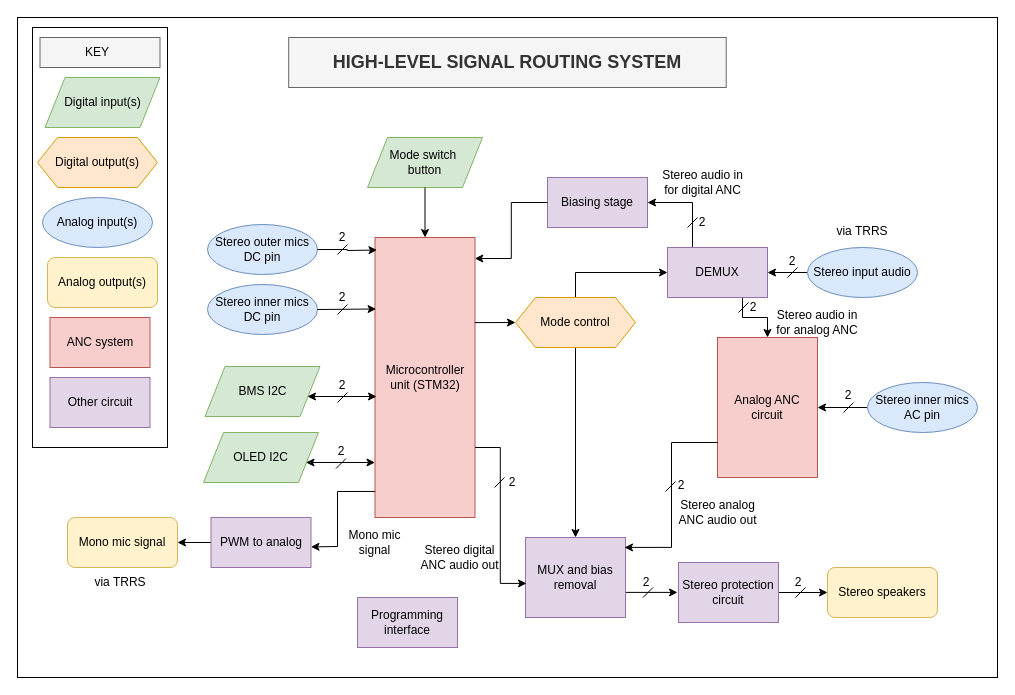
Before: page "High_Level_Signal_Route" (1 of 3) of diagrams/Anura_Electrical_System.drawio in Rosnel14/Anura-Headphones, a draw.io diagram. Source tidied: cells renumbered, new cells numbered last; positions are measured from the earlier drawing's top-left corner, leaving out a move shared by most shapes. Both pictures are drawn from the tidied source at 100%, with x=0, y=0 at pixel (17, 17).
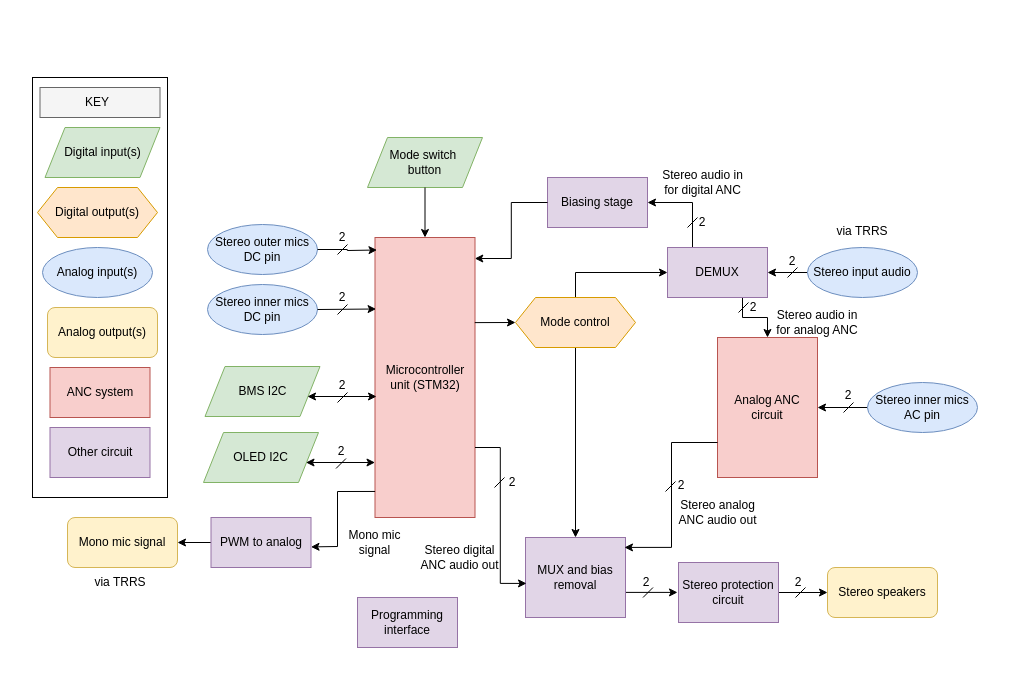
After the change.

Diff of the diagram source:
```diff
@@
-    <mxCell id="2" style="rounded=0;whiteSpace=wrap;html=1;" parent="1" vertex="1">
-      <mxGeometry width="980" height="660" as="geometry" />
-    </mxCell>
     <mxCell id="3" style="rounded=0;whiteSpace=wrap;html=1;" parent="1" vertex="1">
-      <mxGeometry x="15" y="10" width="135" height="420" as="geometry" />
+      <mxGeometry x="15" y="60" width="135" height="420" as="geometry" />
     </mxCell>
     <mxCell id="4" style="rounded=0;whiteSpace=wrap;html=1;fillColor=#f5f5f5;strokeColor=#666666;fontColor=#333333;" parent="1" vertex="1">
-      <mxGeometry x="22.5" y="20" width="120" height="30" as="geometry" />
+      <mxGeometry x="22.5" y="70" width="120" height="30" as="geometry" />
     </mxCell>
     <mxCell id="5" value="Analog input(s)" style="ellipse;whiteSpace=wrap;html=1;fillColor=#dae8fc;strokeColor=#6c8ebf;" parent="1" vertex="1">
-      <mxGeometry x="25" y="180" width="110" height="50" as="geometry" />
+      <mxGeometry x="25" y="230" width="110" height="50" as="geometry" />
     </mxCell>
     <mxCell id="6" value="Digital input(s)" style="shape=parallelogram;perimeter=parallelogramPerimeter;whiteSpace=wrap;html=1;fixedSize=1;fillColor=#d5e8d4;strokeColor=#82b366;" parent="1" vertex="1">
-      <mxGeometry x="27.5" y="60" width="115" height="50" as="geometry" />
+      <mxGeometry x="27.5" y="110" width="115" height="50" as="geometry" />
     </mxCell>
     <mxCell id="7" value="Other circuit" style="rounded=0;whiteSpace=wrap;html=1;fillColor=#e1d5e7;strokeColor=#9673a6;" parent="1" vertex="1">
-      <mxGeometry x="32.5" y="360" width="100" height="50" as="geometry" />
+      <mxGeometry x="32.5" y="410" width="100" height="50" as="geometry" />
     </mxCell>
@@
     <mxCell id="14" value="Digital output(s)" style="shape=hexagon;perimeter=hexagonPerimeter2;whiteSpace=wrap;html=1;fixedSize=1;fillColor=#ffe6cc;strokeColor=#d79b00;" parent="1" vertex="1">
-      <mxGeometry x="20" y="120" width="120" height="50" as="geometry" />
+      <mxGeometry x="20" y="170" width="120" height="50" as="geometry" />
     </mxCell>
     <mxCell id="15" value="Analog output(s)" style="rounded=1;whiteSpace=wrap;html=1;fillColor=#fff2cc;strokeColor=#d6b656;" parent="1" vertex="1">
-      <mxGeometry x="30" y="240" width="110" height="50" as="geometry" />
+      <mxGeometry x="30" y="290" width="110" height="50" as="geometry" />
     </mxCell>
     <mxCell id="16" value="KEY" style="text;html=1;whiteSpace=wrap;strokeColor=none;fillColor=none;align=center;verticalAlign=middle;rounded=0;" parent="1" vertex="1">
-      <mxGeometry x="50" y="20" width="60" height="30" as="geometry" />
+      <mxGeometry x="50" y="70" width="60" height="30" as="geometry" />
     </mxCell>
@@
     <mxCell id="34" value="ANC system" style="rounded=0;whiteSpace=wrap;html=1;fillColor=#f8cecc;strokeColor=#b85450;" parent="1" vertex="1">
-      <mxGeometry x="32.5" y="300" width="100" height="50" as="geometry" />
+      <mxGeometry x="32.5" y="350" width="100" height="50" as="geometry" />
     </mxCell>
@@
-    <mxCell id="68" value="HIGH-LEVEL SIGNAL ROUTING SYSTEM" style="rounded=0;whiteSpace=wrap;html=1;fillColor=#f5f5f5;strokeColor=#666666;fontColor=#333333;fontSize=18;fontStyle=1;" parent="1" vertex="1">
-      <mxGeometry x="271.2" y="20" width="437.5" height="50" as="geometry" />
-    </mxCell>
```
